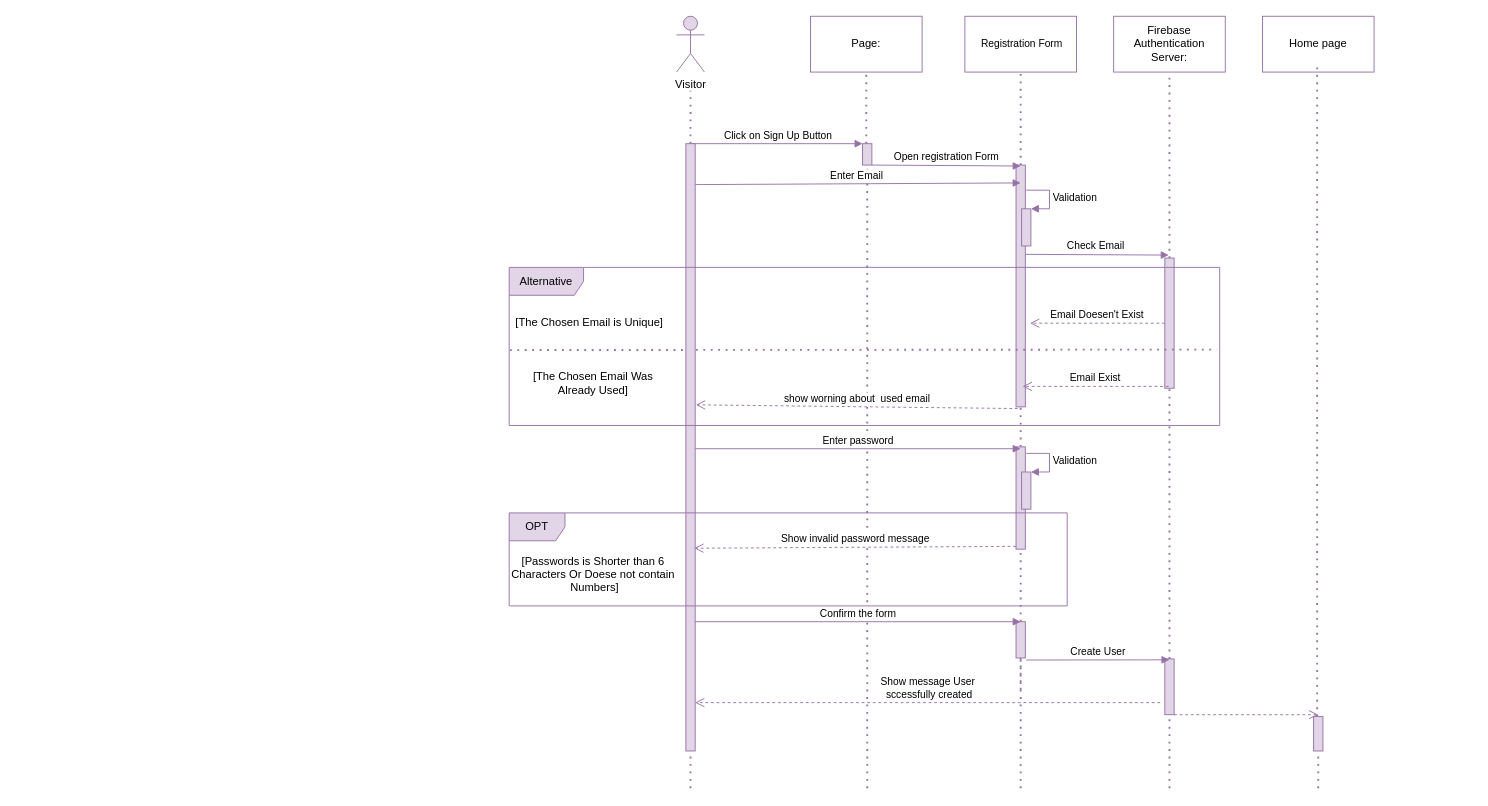
Above: page "Page-1" (1 of 2) of seq_reg.drawio in it-sCats/Fluke (draw.io), before the change. Source tidied: cells renumbered, new cells numbered last; positions are measured from the earlier drawing's top-left corner, leaving out a move shared by most shapes. Both pictures are drawn from the tidied source at 93%, with x=0, y=0 at pixel (504, 16).
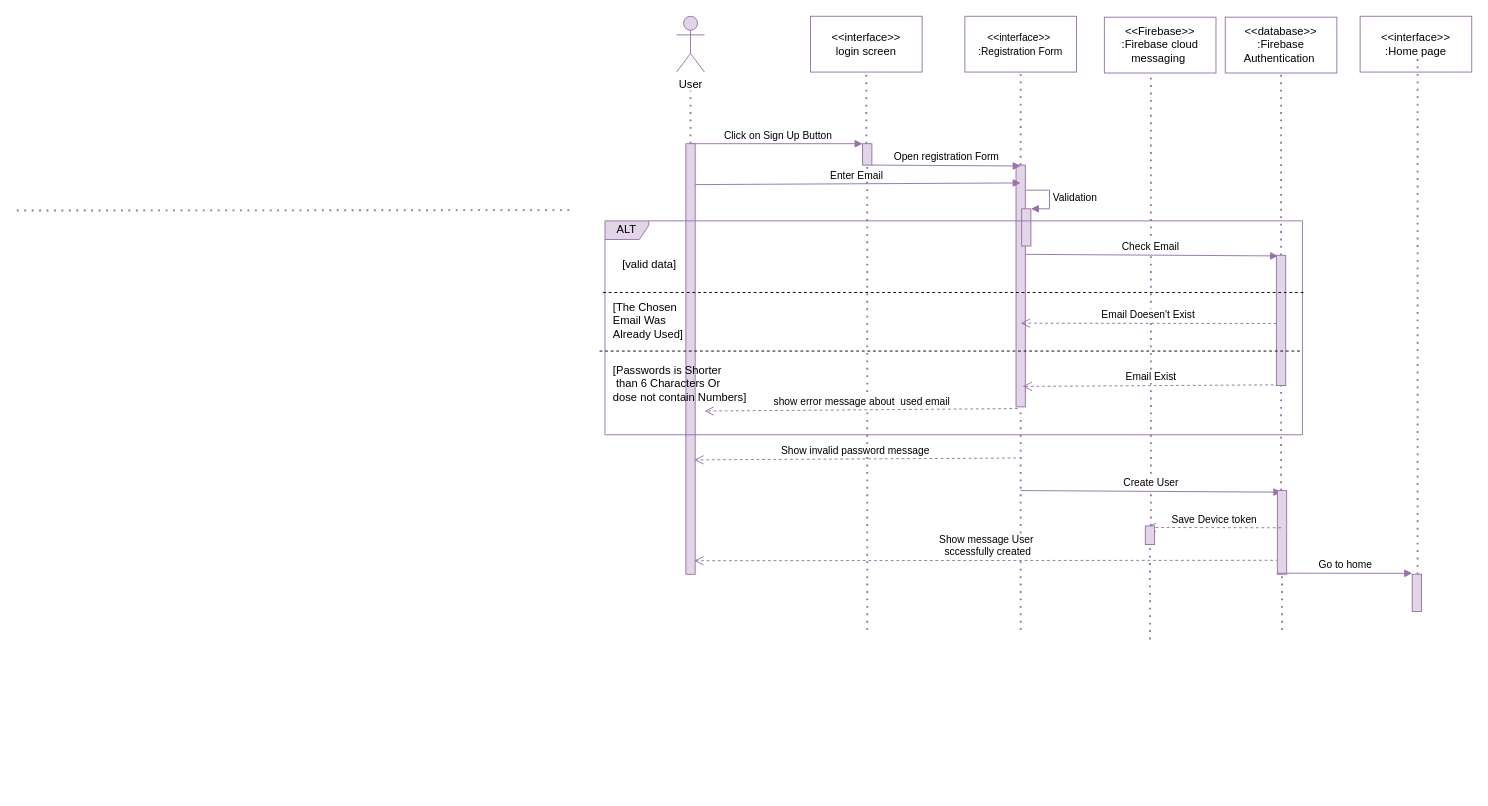
Above is the later version.

The change refers to these unchanged cells:
```xml
<mxCell id="6" style="html=1;points=[];perimeter=orthogonalPerimeter;fillColor=#e1d5e7;strokeColor=#9673a6;" parent="1" vertex="1">
  <mxGeometry x="385" y="137" width="10" height="23" as="geometry" />
</mxCell>
<mxCell id="15" style="html=1;points=[];perimeter=orthogonalPerimeter;fillColor=#e1d5e7;strokeColor=#9673a6;" parent="1" vertex="1">
  <mxGeometry x="550" y="160" width="10" height="260" as="geometry" />
</mxCell>
```

The edit, as a diff of the source:
```diff
@@
+    <mxCell id="52" style="endArrow=none;dashed=1;html=1;dashPattern=1 3;strokeWidth=2;entryX=0.5;entryY=1;entryDx=0;entryDy=0;fillColor=#e1d5e7;strokeColor=#9673a6;" parent="1" edge="1" source="60">
+      <mxGeometry relative="1" as="geometry">
+        <mxPoint x="695" y="61" as="targetPoint" />
+      </mxGeometry>
+    </mxCell>
@@
-    <mxCell id="3" value="Visitor" style="shape=umlActor;verticalLabelPosition=bottom;verticalAlign=top;html=1;fillColor=#e1d5e7;strokeColor=#9673a6;" parent="1" vertex="1">
+    <mxCell id="3" value="User" style="shape=umlActor;verticalLabelPosition=bottom;verticalAlign=top;html=1;fillColor=#e1d5e7;strokeColor=#9673a6;" parent="1" vertex="1">
       <mxGeometry x="185" width="30" height="60" as="geometry" />
     </mxCell>
-    <mxCell id="4" value="Page:" style="rounded=0;whiteSpace=wrap;html=1;strokeColor=#9673a6;fillColor=none;" parent="1" vertex="1">
+    <mxCell id="4" value="&amp;lt;&amp;lt;interface&amp;gt;&amp;gt;&lt;br&gt;login screen" style="rounded=0;whiteSpace=wrap;html=1;strokeColor=#9673a6;fillColor=none;" parent="1" vertex="1">
       <mxGeometry x="329" width="120" height="60" as="geometry" />
     </mxCell>
@@
     <mxCell id="7" style="endArrow=none;dashed=1;html=1;dashPattern=1 3;strokeWidth=2;entryX=0.5;entryY=1;entryDx=0;entryDy=0;fillColor=#e1d5e7;strokeColor=#9673a6;" parent="1" edge="1" target="6">
       <mxGeometry relative="1" as="geometry">
-        <mxPoint x="390" y="830" as="sourcePoint" />
+        <mxPoint x="390" y="660" as="sourcePoint" />
       </mxGeometry>
     </mxCell>
@@
-    <mxCell id="9" value="&lt;span style=&quot;font-size: 11px ; background-color: rgb(255 , 255 , 255)&quot;&gt;&amp;nbsp;Registration Form&lt;/span&gt;" style="rounded=0;whiteSpace=wrap;html=1;strokeColor=#9673a6;fillColor=none;" parent="1" vertex="1">
+    <mxCell id="9" value="&lt;span style=&quot;font-size: 11px ; background-color: rgb(255 , 255 , 255)&quot;&gt;&amp;lt;&amp;lt;interface&amp;gt;&amp;gt;&amp;nbsp;&lt;br&gt;:Registration Form&lt;/span&gt;" style="rounded=0;whiteSpace=wrap;html=1;strokeColor=#9673a6;fillColor=none;" parent="1" vertex="1">
       <mxGeometry x="495" width="120" height="60" as="geometry" />
     </mxCell>
@@
-    <mxCell id="11" value="Firebase&lt;br&gt;Authentication Server:" style="rounded=0;whiteSpace=wrap;html=1;strokeColor=#9673a6;fillColor=none;" parent="1" vertex="1">
-      <mxGeometry x="655" width="120" height="60" as="geometry" />
+    <mxCell id="11" value="&amp;lt;&amp;lt;database&amp;gt;&amp;gt;&lt;br&gt;:Firebase&lt;br&gt;Authentication&amp;nbsp;" style="rounded=0;whiteSpace=wrap;html=1;strokeColor=#9673a6;fillColor=none;" parent="1" vertex="1">
+      <mxGeometry x="775" y="1" width="120" height="60" as="geometry" />
     </mxCell>
-    <mxCell id="12" style="endArrow=none;dashed=1;html=1;dashPattern=1 3;strokeWidth=2;entryX=0.5;entryY=1;entryDx=0;entryDy=0;fillColor=#e1d5e7;strokeColor=#9673a6;" parent="1" edge="1" source="13" target="11">
+    <mxCell id="12" style="endArrow=none;dashed=1;html=1;dashPattern=1 3;strokeWidth=2;entryX=0.5;entryY=1;entryDx=0;entryDy=0;fillColor=#e1d5e7;strokeColor=#9673a6;" parent="1" edge="1" source="54" target="11">
       <mxGeometry relative="1" as="geometry" />
     </mxCell>
-    <mxCell id="13" style="html=1;points=[];perimeter=orthogonalPerimeter;fillColor=#e1d5e7;strokeColor=#9673a6;" parent="1" vertex="1">
-      <mxGeometry x="710" y="260" width="10" height="140" as="geometry" />
-    </mxCell>
-    <mxCell id="14" style="endArrow=none;dashed=1;html=1;dashPattern=1 3;strokeWidth=2;entryX=0.5;entryY=1;entryDx=0;entryDy=0;fillColor=#e1d5e7;strokeColor=#9673a6;" parent="1" edge="1" source="39" target="13">
-      <mxGeometry relative="1" as="geometry" />
-    </mxCell>
@@
-    <mxCell id="16" style="endArrow=none;dashed=1;html=1;dashPattern=1 3;strokeWidth=2;entryX=0.5;entryY=1;entryDx=0;entryDy=0;fillColor=#e1d5e7;strokeColor=#9673a6;" parent="1" edge="1" source="27" target="15">
-      <mxGeometry relative="1" as="geometry" />
+    <mxCell id="16" style="endArrow=none;dashed=1;html=1;dashPattern=1 3;strokeWidth=2;entryX=0.5;entryY=1;entryDx=0;entryDy=0;fillColor=#e1d5e7;strokeColor=#9673a6;" parent="1" edge="1" target="15">
+      <mxGeometry relative="1" as="geometry">
+        <mxPoint x="555" y="660" as="sourcePoint" />
+      </mxGeometry>
     </mxCell>
-    <mxCell id="17" style="endArrow=none;dashed=1;html=1;dashPattern=1 3;strokeWidth=2;fillColor=#e1d5e7;strokeColor=#9673a6;" parent="1" edge="1">
-      <mxGeometry relative="1" as="geometry">
-        <mxPoint x="200" y="830" as="sourcePoint" />
-        <mxPoint x="200" y="621" as="targetPoint" />
-      </mxGeometry>
-    </mxCell>
@@
-    <mxCell id="20" value="Check Email&amp;nbsp;" style="html=1;verticalAlign=bottom;endArrow=block;exitX=0.267;exitY=-0.005;exitDx=0;exitDy=0;exitPerimeter=0;entryX=0.424;entryY=0.005;entryDx=0;entryDy=0;entryPerimeter=0;fillColor=#e1d5e7;strokeColor=#9673a6;" parent="1" edge="1">
+    <mxCell id="20" value="Check Email&amp;nbsp;" style="html=1;verticalAlign=bottom;endArrow=block;exitX=0.267;exitY=-0.005;exitDx=0;exitDy=0;exitPerimeter=0;fillColor=#e1d5e7;strokeColor=#9673a6;entryX=0.167;entryY=0.005;entryDx=0;entryDy=0;entryPerimeter=0;" parent="1" edge="1" target="54">
       <mxGeometry relative="1" as="geometry">
         <mxPoint x="560" y="256" as="sourcePoint" />
-        <mxPoint x="714.2" y="256.8" as="targetPoint" />
       </mxGeometry>
     </mxCell>
-    <mxCell id="21" style="endArrow=none;dashed=1;html=1;dashPattern=1 3;strokeWidth=2;exitX=0.001;exitY=0.523;exitDx=0;exitDy=0;exitPerimeter=0;entryX=0.996;entryY=0.52;entryDx=0;entryDy=0;entryPerimeter=0;fillColor=#e1d5e7;strokeColor=#9673a6;" parent="1" edge="1" source="51" target="51">
-      <mxGeometry relative="1" as="geometry" />
+    <mxCell id="21" style="endArrow=none;dashed=1;html=1;dashPattern=1 3;strokeWidth=2;exitX=0.001;exitY=0.523;exitDx=0;exitDy=0;exitPerimeter=0;entryX=0.996;entryY=0.52;entryDx=0;entryDy=0;entryPerimeter=0;fillColor=#e1d5e7;strokeColor=#9673a6;" parent="1" edge="1">
+      <mxGeometry relative="1" as="geometry">
+        <mxPoint x="-524.4" y="208.9" as="sourcePoint" />
+        <mxPoint x="72.6" y="208.4" as="targetPoint" />
+      </mxGeometry>
     </mxCell>
-    <mxCell id="22" value="[The Chosen Email is Unique]" style="text;html=1;align=center;verticalAlign=middle;" parent="1" vertex="1">
-      <mxGeometry x="6.2" y="320" width="170" height="20" as="geometry" />
+    <mxCell id="22" value="[valid data]" style="text;html=1;align=left;verticalAlign=middle;" parent="1" vertex="1">
+      <mxGeometry x="125" y="257" width="70" height="20" as="geometry" />
     </mxCell>
-    <mxCell id="23" value="[The Chosen Email Was &lt;br&gt;Already Used]" style="text;html=1;align=center;verticalAlign=middle;" parent="1" vertex="1">
-      <mxGeometry x="25" y="380" width="140" height="30" as="geometry" />
+    <mxCell id="23" value="[The Chosen &lt;br&gt;Email Was &lt;br&gt;Already Used]" style="text;html=1;align=left;verticalAlign=middle;" parent="1" vertex="1">
+      <mxGeometry x="115" y="302" width="90" height="50" as="geometry" />
     </mxCell>
-    <mxCell id="24" value="Email Doesen't Exist" style="html=1;verticalAlign=bottom;endArrow=open;dashed=1;endSize=8;fillColor=#e1d5e7;strokeColor=#9673a6;" parent="1" edge="1">
+    <mxCell id="24" value="Email Doesen't Exist" style="html=1;verticalAlign=bottom;endArrow=open;dashed=1;endSize=8;fillColor=#e1d5e7;strokeColor=#9673a6;exitX=0.033;exitY=0.524;exitDx=0;exitDy=0;exitPerimeter=0;" parent="1" edge="1" source="54">
       <mxGeometry relative="1" as="geometry">
-        <mxPoint x="710" y="330" as="sourcePoint" />
-        <mxPoint x="565" y="330" as="targetPoint" />
+        <mxPoint x="555" y="330" as="targetPoint" />
       </mxGeometry>
     </mxCell>
-    <mxCell id="25" value="Email Exist" style="html=1;verticalAlign=bottom;endArrow=open;dashed=1;endSize=8;fillColor=#e1d5e7;strokeColor=#9673a6;" parent="1" edge="1">
+    <mxCell id="25" value="Email Exist" style="html=1;verticalAlign=bottom;endArrow=open;dashed=1;endSize=8;fillColor=#e1d5e7;strokeColor=#9673a6;exitX=0.3;exitY=0.995;exitDx=0;exitDy=0;exitPerimeter=0;" parent="1" edge="1" source="54">
       <mxGeometry relative="1" as="geometry">
-        <mxPoint x="714" y="398" as="sourcePoint" />
         <mxPoint x="557" y="398" as="targetPoint" />
       </mxGeometry>
     </mxCell>
-    <mxCell id="26" value="show worning about&amp;nbsp; used email" style="html=1;verticalAlign=bottom;endArrow=open;dashed=1;endSize=8;fillColor=#e1d5e7;strokeColor=#9673a6;exitX=0.186;exitY=1.007;exitDx=0;exitDy=0;exitPerimeter=0;entryX=1.067;entryY=0.43;entryDx=0;entryDy=0;entryPerimeter=0;" parent="1" edge="1" source="15" target="32">
+    <mxCell id="26" value="show error message about&amp;nbsp; used email" style="html=1;verticalAlign=bottom;endArrow=open;dashed=1;endSize=8;fillColor=#e1d5e7;strokeColor=#9673a6;exitX=0.186;exitY=1.007;exitDx=0;exitDy=0;exitPerimeter=0;entryX=2;entryY=0.621;entryDx=0;entryDy=0;entryPerimeter=0;" parent="1" edge="1" source="15" target="32">
       <mxGeometry relative="1" as="geometry" />
     </mxCell>
-    <mxCell id="27" style="html=1;points=[];perimeter=orthogonalPerimeter;fillColor=#e1d5e7;strokeColor=#9673a6;" parent="1" vertex="1">
-      <mxGeometry x="550" y="463" width="10" height="110" as="geometry" />
-    </mxCell>
-    <mxCell id="28" style="endArrow=none;dashed=1;html=1;dashPattern=1 3;strokeWidth=2;entryX=0.5;entryY=1;entryDx=0;entryDy=0;fillColor=#e1d5e7;strokeColor=#9673a6;" parent="1" edge="1" target="27">
-      <mxGeometry relative="1" as="geometry">
-        <mxPoint x="555" y="667" as="sourcePoint" />
-      </mxGeometry>
-    </mxCell>
-    <mxCell id="29" value="Enter password" style="html=1;verticalAlign=bottom;endArrow=block;exitX=0.267;exitY=-0.005;exitDx=0;exitDy=0;exitPerimeter=0;fillColor=#e1d5e7;strokeColor=#9673a6;" parent="1" edge="1">
-      <mxGeometry relative="1" as="geometry">
-        <mxPoint x="205" y="465" as="sourcePoint" />
-        <mxPoint x="555" y="465" as="targetPoint" />
-      </mxGeometry>
-    </mxCell>
-    <mxCell id="30" value="[Passwords is Shorter than 6 &lt;br&gt;Characters Or Doese not contain&lt;br&gt;&amp;nbsp;Numbers]" style="text;html=1;align=center;verticalAlign=middle;" parent="1" vertex="1">
-      <mxGeometry y="575" width="190" height="50" as="geometry" />
-    </mxCell>
     <mxCell id="31" value="Show invalid password message" style="html=1;verticalAlign=bottom;endArrow=open;dashed=1;endSize=8;fillColor=#e1d5e7;strokeColor=#9673a6;exitX=0.186;exitY=1.007;exitDx=0;exitDy=0;exitPerimeter=0;" parent="1" edge="1">
       <mxGeometry relative="1" as="geometry">
-        <mxPoint x="550" y="570" as="sourcePoint" />
-        <mxPoint x="204" y="572" as="targetPoint" />
+        <mxPoint x="550" y="475" as="sourcePoint" />
+        <mxPoint x="204" y="477" as="targetPoint" />
       </mxGeometry>
     </mxCell>
     <mxCell id="32" style="html=1;points=[];perimeter=orthogonalPerimeter;fillColor=#e1d5e7;strokeColor=#9673a6;" parent="1" vertex="1">
-      <mxGeometry x="195" y="137" width="10" height="653" as="geometry" />
+      <mxGeometry x="195" y="137" width="10" height="463" as="geometry" />
     </mxCell>
-    <mxCell id="33" style="endArrow=none;dashed=1;html=1;dashPattern=1 3;strokeWidth=2;entryX=0.5;entryY=1;entryDx=0;entryDy=0;fillColor=#e1d5e7;strokeColor=#9673a6;" parent="1" edge="1" source="36">
-      <mxGeometry relative="1" as="geometry">
-        <mxPoint x="555" y="730" as="targetPoint" />
-      </mxGeometry>
-    </mxCell>
-    <mxCell id="34" value="Home page" style="rounded=0;whiteSpace=wrap;html=1;strokeColor=#9673a6;fillColor=none;" parent="1" vertex="1">
-      <mxGeometry x="815" width="120" height="60" as="geometry" />
+    <mxCell id="34" value="&amp;lt;&amp;lt;interface&amp;gt;&amp;gt;&lt;br&gt;:Home page" style="rounded=0;whiteSpace=wrap;html=1;strokeColor=#9673a6;fillColor=none;" parent="1" vertex="1">
+      <mxGeometry x="920" width="120" height="60" as="geometry" />
     </mxCell>
-    <mxCell id="35" style="endArrow=none;dashed=1;html=1;dashPattern=1 3;strokeWidth=2;entryX=0.5;entryY=1;entryDx=0;entryDy=0;fillColor=#e1d5e7;strokeColor=#9673a6;" parent="1" edge="1" source="42">
+    <mxCell id="35" style="endArrow=none;dashed=1;html=1;dashPattern=1 3;strokeWidth=2;entryX=0.5;entryY=1;entryDx=0;entryDy=0;fillColor=#e1d5e7;strokeColor=#9673a6;" parent="1" edge="1">
       <mxGeometry relative="1" as="geometry">
-        <mxPoint x="873.8" y="53.5" as="targetPoint" />
+        <mxPoint x="981.8" y="600" as="sourcePoint" />
+        <mxPoint x="981.8" y="43.5" as="targetPoint" />
       </mxGeometry>
     </mxCell>
-    <mxCell id="36" style="html=1;points=[];perimeter=orthogonalPerimeter;fillColor=#e1d5e7;strokeColor=#9673a6;" parent="1" vertex="1">
-      <mxGeometry x="550" y="651" width="10" height="39" as="geometry" />
-    </mxCell>
-    <mxCell id="37" style="endArrow=none;dashed=1;html=1;dashPattern=1 3;strokeWidth=2;entryX=0.5;entryY=1;entryDx=0;entryDy=0;fillColor=#e1d5e7;strokeColor=#9673a6;" parent="1" edge="1" target="36">
-      <mxGeometry relative="1" as="geometry">
-        <mxPoint x="555" y="830" as="sourcePoint" />
-      </mxGeometry>
-    </mxCell>
-    <mxCell id="38" value="Confirm the form" style="html=1;verticalAlign=bottom;endArrow=block;fillColor=#e1d5e7;strokeColor=#9673a6;" parent="1" edge="1">
-      <mxGeometry relative="1" as="geometry">
-        <mxPoint x="205" y="651" as="sourcePoint" />
-        <mxPoint x="555" y="651" as="targetPoint" />
-      </mxGeometry>
-    </mxCell>
-    <mxCell id="39" style="html=1;points=[];perimeter=orthogonalPerimeter;fillColor=#e1d5e7;strokeColor=#9673a6;" parent="1" vertex="1">
-      <mxGeometry x="710" y="691" width="10" height="60" as="geometry" />
-    </mxCell>
-    <mxCell id="40" style="endArrow=none;dashed=1;html=1;dashPattern=1 3;strokeWidth=2;entryX=0.5;entryY=1;entryDx=0;entryDy=0;fillColor=#e1d5e7;strokeColor=#9673a6;" parent="1" edge="1" target="39">
-      <mxGeometry relative="1" as="geometry">
-        <mxPoint x="715" y="830" as="sourcePoint" />
-      </mxGeometry>
-    </mxCell>
-    <mxCell id="41" value="Create User" style="html=1;verticalAlign=bottom;endArrow=block;fillColor=#e1d5e7;strokeColor=#9673a6;" parent="1" edge="1">
+    <mxCell id="41" value="Create User" style="html=1;verticalAlign=bottom;endArrow=block;fillColor=#e1d5e7;strokeColor=#9673a6;entryX=0.433;entryY=0.019;entryDx=0;entryDy=0;entryPerimeter=0;" parent="1" edge="1" target="39">
       <mxGeometry relative="1" as="geometry">
-        <mxPoint x="561" y="692.2" as="sourcePoint" />
-        <mxPoint x="715" y="692" as="targetPoint" />
+        <mxPoint x="555" y="510" as="sourcePoint" />
       </mxGeometry>
     </mxCell>
-    <mxCell id="42" style="html=1;points=[];perimeter=orthogonalPerimeter;fillColor=#e1d5e7;strokeColor=#9673a6;" parent="1" vertex="1">
-      <mxGeometry x="870" y="753" width="10" height="37" as="geometry" />
-    </mxCell>
-    <mxCell id="43" style="endArrow=none;dashed=1;html=1;dashPattern=1 3;strokeWidth=2;entryX=0.5;entryY=1;entryDx=0;entryDy=0;fillColor=#e1d5e7;strokeColor=#9673a6;" parent="1" edge="1" target="42">
-      <mxGeometry relative="1" as="geometry">
-        <mxPoint x="875" y="830" as="sourcePoint" />
-      </mxGeometry>
-    </mxCell>
-    <mxCell id="44" value="Show message User&lt;br&gt;&amp;nbsp;sccessfully created" style="html=1;verticalAlign=bottom;endArrow=open;dashed=1;endSize=8;entryX=0.27;entryY=0.714;entryDx=0;entryDy=0;entryPerimeter=0;fillColor=#e1d5e7;strokeColor=#9673a6;" parent="1" edge="1">
+    <mxCell id="44" value="Show message User&lt;br&gt;&amp;nbsp;sccessfully created" style="html=1;verticalAlign=bottom;endArrow=open;dashed=1;endSize=8;entryX=0.894;entryY=0.725;entryDx=0;entryDy=0;entryPerimeter=0;fillColor=#e1d5e7;strokeColor=#9673a6;exitX=0.133;exitY=0.833;exitDx=0;exitDy=0;exitPerimeter=0;" parent="1" edge="1" source="39">
       <mxGeometry relative="1" as="geometry">
-        <mxPoint x="705" y="738" as="sourcePoint" />
-        <mxPoint x="204.8" y="738" as="targetPoint" />
+        <mxPoint x="203.9" y="585.4" as="targetPoint" />
       </mxGeometry>
     </mxCell>
-    <mxCell id="45" style="html=1;verticalAlign=bottom;endArrow=open;dashed=1;endSize=8;fillColor=#e1d5e7;strokeColor=#9673a6;" parent="1" edge="1">
-      <mxGeometry relative="1" as="geometry">
-        <mxPoint x="720" y="751" as="sourcePoint" />
-        <mxPoint x="875" y="751" as="targetPoint" />
-      </mxGeometry>
-    </mxCell>
@@
-    <mxCell id="48" style="html=1;points=[];perimeter=orthogonalPerimeter;fillColor=#e1d5e7;strokeColor=#9673a6;" parent="1" vertex="1">
-      <mxGeometry x="556" y="490" width="10" height="40" as="geometry" />
-    </mxCell>
-    <mxCell id="49" value="Validation" style="edgeStyle=orthogonalEdgeStyle;html=1;align=left;spacingLeft=2;endArrow=block;rounded=0;entryX=1;entryY=0;fillColor=#e1d5e7;strokeColor=#9673a6;" parent="1" edge="1" target="48">
-      <mxGeometry relative="1" as="geometry">
-        <mxPoint x="561" y="470" as="sourcePoint" />
-        <Array as="points">
-          <mxPoint x="586" y="470" />
-        </Array>
-      </mxGeometry>
-    </mxCell>
-    <mxCell id="50" value="OPT" style="shape=umlFrame;whiteSpace=wrap;html=1;fillColor=#e1d5e7;strokeColor=#9673a6;" parent="1" vertex="1">
-      <mxGeometry x="5" y="534" width="600" height="100" as="geometry" />
-    </mxCell>
-    <mxCell id="51" value="Alternative" style="shape=umlFrame;whiteSpace=wrap;html=1;width=80;height=30;fillColor=#e1d5e7;strokeColor=#9673a6;" parent="1" vertex="1">
-      <mxGeometry x="5" y="270" width="764" height="170" as="geometry" />
-    </mxCell>
+    <mxCell id="53" value="&amp;lt;&amp;lt;Firebase&amp;gt;&amp;gt;&lt;br&gt;:Firebase cloud messaging&amp;nbsp;" style="rounded=0;whiteSpace=wrap;html=1;strokeColor=#9673a6;fillColor=none;" parent="1" vertex="1">
+      <mxGeometry x="645" y="1" width="120" height="60" as="geometry" />
+    </mxCell>
+    <mxCell id="54" style="html=1;points=[];perimeter=orthogonalPerimeter;fillColor=#e1d5e7;strokeColor=#9673a6;" parent="1" vertex="1">
+      <mxGeometry x="830" y="257" width="10" height="140" as="geometry" />
+    </mxCell>
+    <mxCell id="55" style="endArrow=none;dashed=1;html=1;dashPattern=1 3;strokeWidth=2;entryX=0.5;entryY=1;entryDx=0;entryDy=0;fillColor=#e1d5e7;strokeColor=#9673a6;" parent="1" edge="1" source="39" target="54">
+      <mxGeometry relative="1" as="geometry" />
+    </mxCell>
+    <mxCell id="39" style="html=1;points=[];perimeter=orthogonalPerimeter;fillColor=#e1d5e7;strokeColor=#9673a6;" parent="1" vertex="1">
+      <mxGeometry x="831" y="510" width="10" height="90" as="geometry" />
+    </mxCell>
+    <mxCell id="56" style="endArrow=none;dashed=1;html=1;dashPattern=1 3;strokeWidth=2;entryX=0.5;entryY=1;entryDx=0;entryDy=0;fillColor=#e1d5e7;strokeColor=#9673a6;" parent="1" edge="1" target="39">
+      <mxGeometry relative="1" as="geometry">
+        <mxPoint x="836" y="660" as="sourcePoint" />
+      </mxGeometry>
+    </mxCell>
+    <mxCell id="57" value="Save Device token" style="html=1;verticalAlign=bottom;endArrow=open;dashed=1;endSize=8;fillColor=#e1d5e7;strokeColor=#9673a6;entryX=0.133;entryY=0.083;entryDx=0;entryDy=0;entryPerimeter=0;" parent="1" edge="1" target="60">
+      <mxGeometry relative="1" as="geometry">
+        <mxPoint x="835" y="550" as="sourcePoint" />
+      </mxGeometry>
+    </mxCell>
+    <mxCell id="58" style="html=1;perimeter=orthogonalPerimeter;fillColor=#e1d5e7;strokeColor=#9673a6;" parent="1" vertex="1">
+      <mxGeometry x="976" y="600" width="10" height="40" as="geometry" />
+    </mxCell>
+    <mxCell id="59" value="Go to home" style="html=1;verticalAlign=bottom;endArrow=block;fillColor=#e1d5e7;strokeColor=#9673a6;" parent="1" edge="1">
+      <mxGeometry relative="1" as="geometry">
+        <mxPoint x="831" y="598.8" as="sourcePoint" />
+        <mxPoint x="976" y="599" as="targetPoint" />
+      </mxGeometry>
+    </mxCell>
+    <mxCell id="60" style="html=1;points=[];perimeter=orthogonalPerimeter;fillColor=#e1d5e7;strokeColor=#9673a6;" parent="1" vertex="1">
+      <mxGeometry x="689" y="548" width="10" height="20" as="geometry" />
+    </mxCell>
+    <mxCell id="61" style="endArrow=none;dashed=1;html=1;dashPattern=1 3;strokeWidth=2;entryX=0.5;entryY=1;entryDx=0;entryDy=0;fillColor=#e1d5e7;strokeColor=#9673a6;" parent="1" edge="1" target="60">
+      <mxGeometry relative="1" as="geometry">
+        <mxPoint x="694" y="670" as="sourcePoint" />
+      </mxGeometry>
+    </mxCell>
+    <mxCell id="62" value="ALT" style="shape=umlFrame;whiteSpace=wrap;html=1;width=47;height=20;fillColor=#e1d5e7;strokeColor=#9673a6;" parent="1" vertex="1">
+      <mxGeometry x="108" y="220" width="750" height="230" as="geometry" />
+    </mxCell>
+    <mxCell id="63" style="endArrow=none;dashed=1;html=1;entryX=1.005;entryY=0.335;entryDx=0;entryDy=0;entryPerimeter=0;" parent="1" edge="1" target="62">
+      <mxGeometry relative="1" as="geometry">
+        <mxPoint x="106" y="297" as="sourcePoint" />
+      </mxGeometry>
+    </mxCell>
+    <mxCell id="64" style="endArrow=none;dashed=1;html=1;entryX=1.005;entryY=0.335;entryDx=0;entryDy=0;entryPerimeter=0;" parent="1" edge="1">
+      <mxGeometry relative="1" as="geometry">
+        <mxPoint x="102.2" y="360" as="sourcePoint" />
+        <mxPoint x="858" y="360" as="targetPoint" />
+      </mxGeometry>
+    </mxCell>
+    <mxCell id="30" value="[Passwords is Shorter&lt;br&gt;&amp;nbsp;than 6 Characters Or &lt;br&gt;dose not contain Numbers]" style="text;html=1;align=left;verticalAlign=middle;" parent="1" vertex="1">
+      <mxGeometry x="115" y="370" width="160" height="50" as="geometry" />
+    </mxCell>
```
